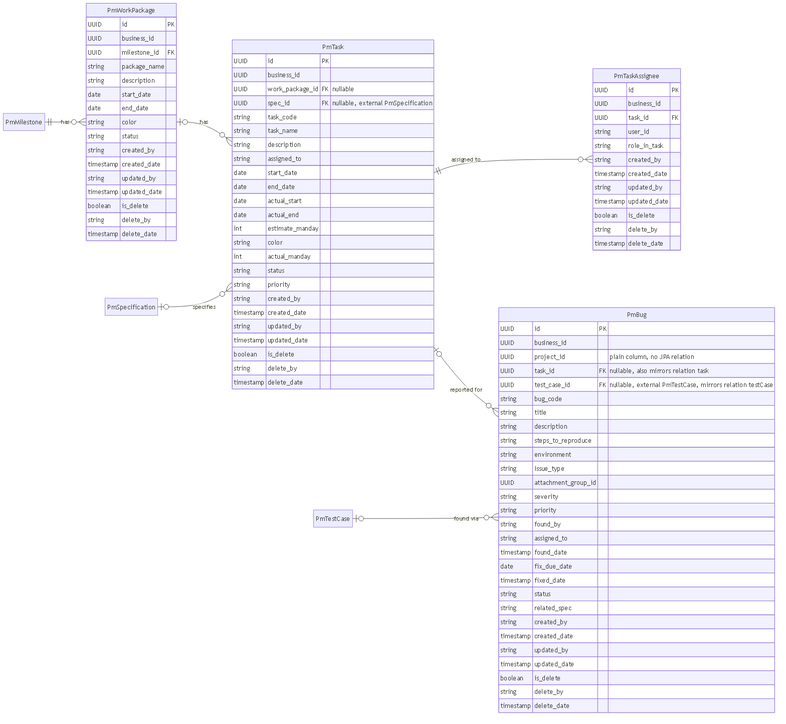
softinter-chiangrai/sic-project keeps this Mermaid diagram as docs/erd/erd-05a2-workpackage-task-bug.png. Above is the earlier version. Its source is kept beside it as docs/erd/erd-05a2-workpackage-task-bug.mmd.
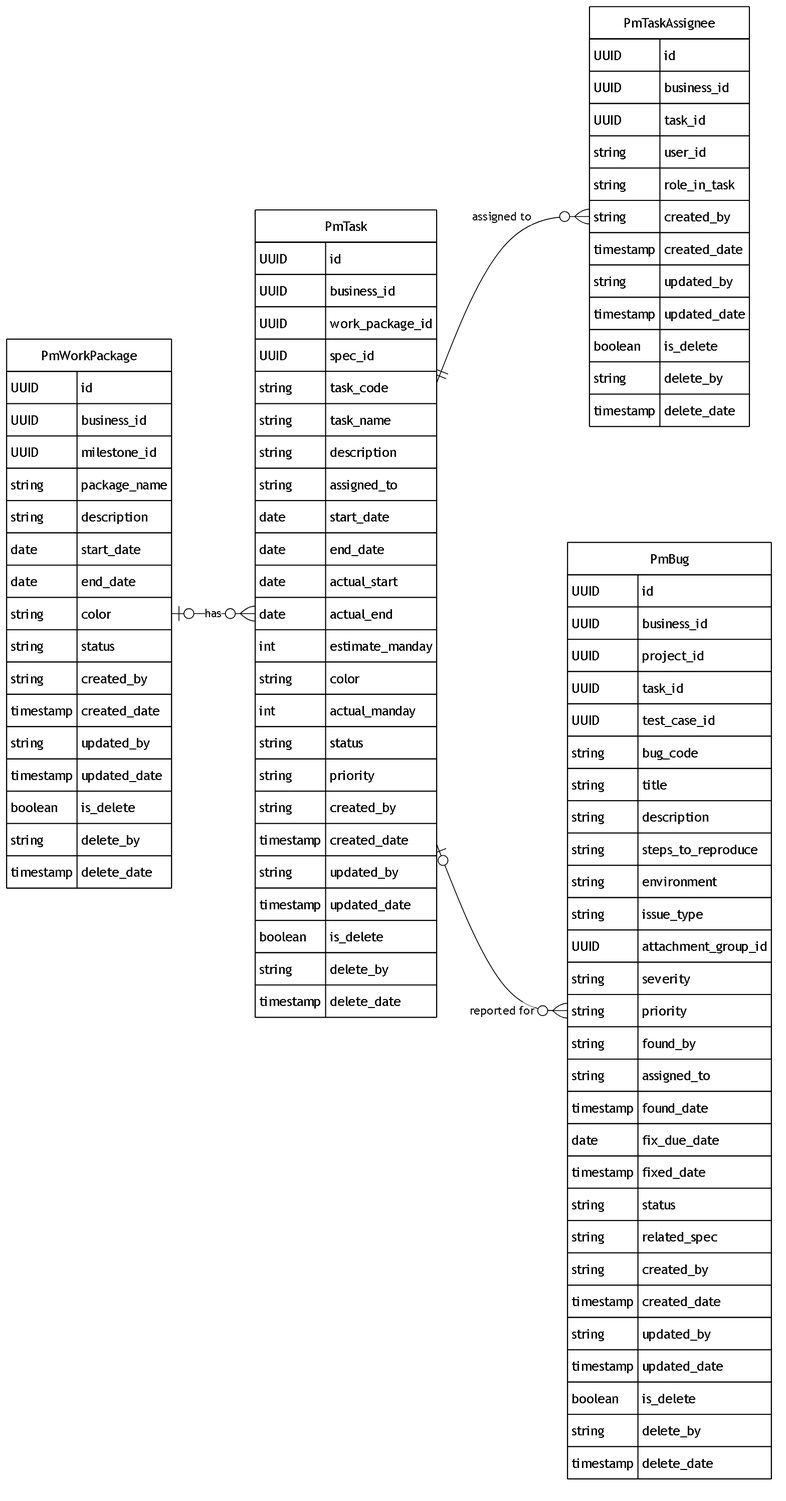
The same file after the commit.

Change to the diagram source:
```diff
@@ -2,21 +2,11 @@
 erDiagram
     direction LR
 
-%%{init: {"er": {"diagramPadding": 6, "entityPadding": 8, "minEntityWidth": 70, "minEntityHeight": 30, "fontSize": 16}}}%%
-
-    PmMilestone {
-    }
-
-    PmSpecification {
-    }
-
-    PmTestCase {
-    }
-
+%%{init: {"theme": "base", "themeVariables": {"primaryColor": "#ffffff", "primaryBorderColor": "#000000", "primaryTextColor": "#000000", "lineColor": "#000000", "secondaryColor": "#ffffff", "tertiaryColor": "#ffffff"}, "er": {"diagramPadding": 8, "entityPadding": 12, "minEntityWidth": 90, "minEntityHeight": 40, "fontSize": 22}}}%%
     PmWorkPackage {
-        UUID id PK
+        UUID id
         UUID business_id
-        UUID milestone_id FK
+        UUID milestone_id
         string package_name
         string description
         date start_date
@@ -33,10 +23,10 @@
     }
 
     PmTask {
-        UUID id PK
+        UUID id
         UUID business_id
-        UUID work_package_id FK "nullable"
-        UUID spec_id FK "nullable, external PmSpecification"
+        UUID work_package_id
+        UUID spec_id
         string task_code
         string task_name
         string description
@@ -60,9 +50,9 @@
     }
 
     PmTaskAssignee {
-        UUID id PK
+        UUID id
         UUID business_id
-        UUID task_id FK
+        UUID task_id
         string user_id
         string role_in_task
         string created_by
@@ -75,11 +65,11 @@
     }
 
     PmBug {
-        UUID id PK
+        UUID id
         UUID business_id
-        UUID project_id "plain column, no JPA relation"
-        UUID task_id FK "nullable, also mirrors relation task"
-        UUID test_case_id FK "nullable, external PmTestCase, mirrors relation testCase"
+        UUID project_id
+        UUID task_id
+        UUID test_case_id
         string bug_code
         string title
         string description
@@ -105,9 +95,7 @@
         timestamp delete_date
     }
 
-    PmMilestone ||--o{ PmWorkPackage : "has"
     PmWorkPackage |o--o{ PmTask : "has"
-    PmSpecification |o--o{ PmTask : "specifies"
+
     PmTask ||--o{ PmTaskAssignee : "assigned to"
     PmTask |o--o{ PmBug : "reported for"
-    PmTestCase |o--o{ PmBug : "found via"
```
